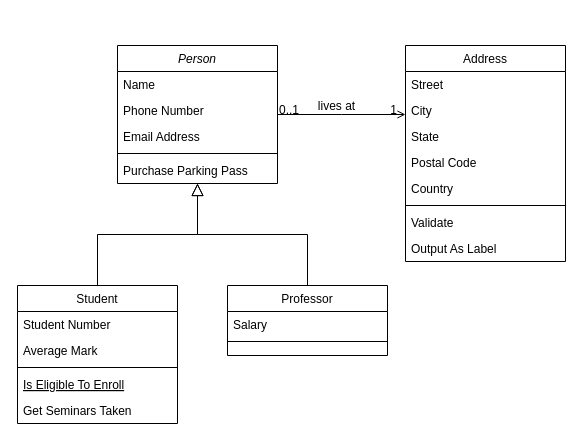
The draw.io diagram bigdata/SJ_obervers.drawio in yiluohan1234/drawIoImages, before the edit. Source tidied: cells renumbered, new cells numbered last; positions are measured from the earlier drawing's top-left corner, leaving out a move shared by most shapes. Both pictures are drawn from the tidied source at 100%, with x=0, y=0 at pixel (17, 45).
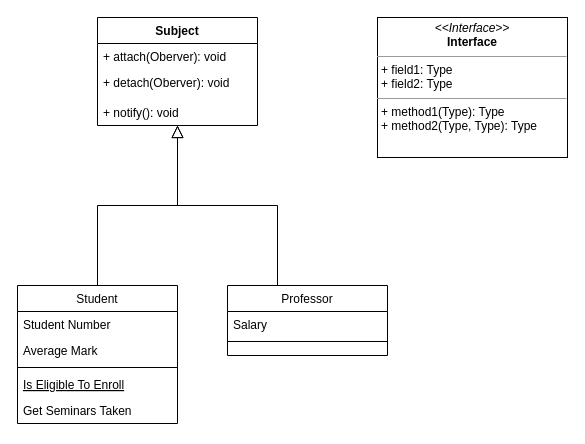
After the change.

The change refers to these unchanged cells:
```xml
<mxCell id="8" value="Student" style="swimlane;fontStyle=0;align=center;verticalAlign=top;horizontal=1;startSize=26;rounded=0;shadow=0;strokeWidth=1;" parent="1" vertex="1">
  <mxGeometry y="240" width="160" height="138" as="geometry" />
</mxCell>
<mxCell id="15" value="Professor" style="swimlane;fontStyle=0;align=center;verticalAlign=top;horizontal=1;startSize=26;rounded=0;shadow=0;strokeWidth=1;" parent="1" vertex="1">
  <mxGeometry x="210" y="240" width="160" height="70" as="geometry" />
</mxCell>
```

The edit, as a diff of the source:
```diff
@@
-    <mxCell id="2" value="Person" style="swimlane;fontStyle=2;align=center;verticalAlign=top;horizontal=1;startSize=26;rounded=0;shadow=0;strokeWidth=1;" parent="1" vertex="1">
-      <mxGeometry x="100" width="160" height="138" as="geometry" />
-    </mxCell>
-    <mxCell id="3" value="Name" style="text;align=left;verticalAlign=top;spacingLeft=4;spacingRight=4;overflow=hidden;" parent="2" vertex="1">
-      <mxGeometry y="26" width="160" height="26" as="geometry" />
-    </mxCell>
-    <mxCell id="4" value="Phone Number" style="text;align=left;verticalAlign=top;spacingLeft=4;spacingRight=4;overflow=hidden;rounded=0;shadow=0;html=0;" parent="2" vertex="1">
-      <mxGeometry y="52" width="160" height="26" as="geometry" />
-    </mxCell>
-    <mxCell id="5" value="Email Address" style="text;align=left;verticalAlign=top;spacingLeft=4;spacingRight=4;overflow=hidden;rounded=0;shadow=0;html=0;" parent="2" vertex="1">
-      <mxGeometry y="78" width="160" height="26" as="geometry" />
-    </mxCell>
-    <mxCell id="6" style="line;html=1;strokeWidth=1;align=left;verticalAlign=middle;spacingTop=-1;spacingLeft=3;spacingRight=3;labelPosition=right;" parent="2" vertex="1">
-      <mxGeometry y="104" width="160" height="8" as="geometry" />
-    </mxCell>
-    <mxCell id="7" value="Purchase Parking Pass" style="text;align=left;verticalAlign=top;spacingLeft=4;spacingRight=4;overflow=hidden;" parent="2" vertex="1">
-      <mxGeometry y="112" width="160" height="26" as="geometry" />
-    </mxCell>
@@
-    <mxCell id="14" style="endArrow=block;endSize=10;endFill=0;shadow=0;strokeWidth=1;rounded=0;edgeStyle=elbowEdgeStyle;elbow=vertical;" parent="1" edge="1" source="8" target="2">
+    <mxCell id="14" style="endArrow=block;endSize=10;endFill=0;shadow=0;strokeWidth=1;rounded=0;edgeStyle=elbowEdgeStyle;elbow=vertical;" parent="1" edge="1" source="8" target="32">
       <mxGeometry relative="1" as="geometry" />
     </mxCell>
@@
-    <mxCell id="18" style="endArrow=block;endSize=10;endFill=0;shadow=0;strokeWidth=1;rounded=0;edgeStyle=elbowEdgeStyle;elbow=vertical;" parent="1" edge="1" source="15" target="2">
-      <mxGeometry relative="1" as="geometry" />
+    <mxCell id="18" style="endArrow=block;endSize=10;endFill=0;shadow=0;strokeWidth=1;rounded=0;edgeStyle=elbowEdgeStyle;elbow=vertical;" parent="1" edge="1" source="15" target="32">
+      <mxGeometry relative="1" as="geometry">
+        <Array as="points">
+          <mxPoint x="260" y="160" />
+        </Array>
+      </mxGeometry>
     </mxCell>
-    <mxCell id="19" value="Address" style="swimlane;fontStyle=0;align=center;verticalAlign=top;horizontal=1;startSize=26;rounded=0;shadow=0;strokeWidth=1;" parent="1" vertex="1">
-      <mxGeometry x="388" width="160" height="216" as="geometry" />
-    </mxCell>
-    <mxCell id="20" value="Street" style="text;align=left;verticalAlign=top;spacingLeft=4;spacingRight=4;overflow=hidden;" parent="19" vertex="1">
-      <mxGeometry y="26" width="160" height="26" as="geometry" />
-    </mxCell>
-    <mxCell id="21" value="City" style="text;align=left;verticalAlign=top;spacingLeft=4;spacingRight=4;overflow=hidden;rounded=0;shadow=0;html=0;" parent="19" vertex="1">
-      <mxGeometry y="52" width="160" height="26" as="geometry" />
-    </mxCell>
-    <mxCell id="22" value="State" style="text;align=left;verticalAlign=top;spacingLeft=4;spacingRight=4;overflow=hidden;rounded=0;shadow=0;html=0;" parent="19" vertex="1">
-      <mxGeometry y="78" width="160" height="26" as="geometry" />
-    </mxCell>
-    <mxCell id="23" value="Postal Code" style="text;align=left;verticalAlign=top;spacingLeft=4;spacingRight=4;overflow=hidden;rounded=0;shadow=0;html=0;" parent="19" vertex="1">
-      <mxGeometry y="104" width="160" height="26" as="geometry" />
-    </mxCell>
-    <mxCell id="24" value="Country" style="text;align=left;verticalAlign=top;spacingLeft=4;spacingRight=4;overflow=hidden;rounded=0;shadow=0;html=0;" parent="19" vertex="1">
-      <mxGeometry y="130" width="160" height="26" as="geometry" />
-    </mxCell>
-    <mxCell id="25" style="line;html=1;strokeWidth=1;align=left;verticalAlign=middle;spacingTop=-1;spacingLeft=3;spacingRight=3;labelPosition=right;" parent="19" vertex="1">
-      <mxGeometry y="156" width="160" height="8" as="geometry" />
-    </mxCell>
-    <mxCell id="26" value="Validate" style="text;align=left;verticalAlign=top;spacingLeft=4;spacingRight=4;overflow=hidden;" parent="19" vertex="1">
-      <mxGeometry y="164" width="160" height="26" as="geometry" />
-    </mxCell>
-    <mxCell id="27" value="Output As Label" style="text;align=left;verticalAlign=top;spacingLeft=4;spacingRight=4;overflow=hidden;" parent="19" vertex="1">
-      <mxGeometry y="190" width="160" height="26" as="geometry" />
-    </mxCell>
-    <mxCell id="28" style="endArrow=open;shadow=0;strokeWidth=1;rounded=0;endFill=1;edgeStyle=elbowEdgeStyle;elbow=vertical;" parent="1" edge="1" source="2" target="19">
-      <mxGeometry x="0.5" y="41" relative="1" as="geometry">
-        <mxPoint x="-40" y="32" as="offset" />
-      </mxGeometry>
-    </mxCell>
-    <mxCell id="29" value="0..1" style="align=left;verticalAlign=bottom;labelBackgroundColor=none;fontSize=12;" parent="28" vertex="1">
-      <mxGeometry x="-1" relative="1" as="geometry">
-        <mxPoint y="4" as="offset" />
-      </mxGeometry>
-    </mxCell>
-    <mxCell id="30" value="1" style="align=right;verticalAlign=bottom;labelBackgroundColor=none;fontSize=12;" parent="28" vertex="1">
-      <mxGeometry x="1" relative="1" as="geometry">
-        <mxPoint x="-7" y="4" as="offset" />
-      </mxGeometry>
-    </mxCell>
-    <mxCell id="31" value="lives at" style="text;html=1;align=center;verticalAlign=middle;labelBackgroundColor=none;rounded=0;shadow=0;strokeWidth=1;fontSize=12;" parent="28" vertex="1">
-      <mxGeometry x="0.5" y="49" relative="1" as="geometry">
-        <mxPoint x="-38" y="40" as="offset" />
-      </mxGeometry>
-    </mxCell>
+    <mxCell id="32" value="Subject" style="swimlane;fontStyle=1;align=center;verticalAlign=top;horizontal=1;startSize=26;" parent="1" vertex="1">
+      <mxGeometry x="80" y="-28" width="160" height="108" as="geometry" />
+    </mxCell>
+    <mxCell id="33" value="+ attach(Oberver): void" style="text;strokeColor=none;fillColor=none;align=left;verticalAlign=top;spacingLeft=4;spacingRight=4;overflow=hidden;" parent="32" vertex="1">
+      <mxGeometry y="26" width="160" height="26" as="geometry" />
+    </mxCell>
+    <mxCell id="34" value="+ detach(Oberver): void" style="text;strokeColor=none;fillColor=none;align=left;verticalAlign=top;spacingLeft=4;spacingRight=4;overflow=hidden;" parent="32" vertex="1">
+      <mxGeometry y="52" width="160" height="30" as="geometry" />
+    </mxCell>
+    <mxCell id="35" value="+ notify(): void" style="text;strokeColor=none;fillColor=none;align=left;verticalAlign=top;spacingLeft=4;spacingRight=4;overflow=hidden;" parent="32" vertex="1">
+      <mxGeometry y="82" width="160" height="26" as="geometry" />
+    </mxCell>
+    <mxCell id="36" value="&lt;p style=&quot;margin:0px;margin-top:4px;text-align:center;&quot;&gt;&lt;i&gt;&amp;lt;&amp;lt;Interface&amp;gt;&amp;gt;&lt;/i&gt;&lt;br/&gt;&lt;b&gt;Interface&lt;/b&gt;&lt;/p&gt;&lt;hr size=&quot;1&quot;/&gt;&lt;p style=&quot;margin:0px;margin-left:4px;&quot;&gt;+ field1: Type&lt;br/&gt;+ field2: Type&lt;/p&gt;&lt;hr size=&quot;1&quot;/&gt;&lt;p style=&quot;margin:0px;margin-left:4px;&quot;&gt;+ method1(Type): Type&lt;br/&gt;+ method2(Type, Type): Type&lt;/p&gt;" style="verticalAlign=top;align=left;overflow=fill;fontSize=12;fontFamily=Helvetica;html=1;" parent="1" vertex="1">
+      <mxGeometry x="360" y="-28" width="190" height="140" as="geometry" />
+    </mxCell>
```
